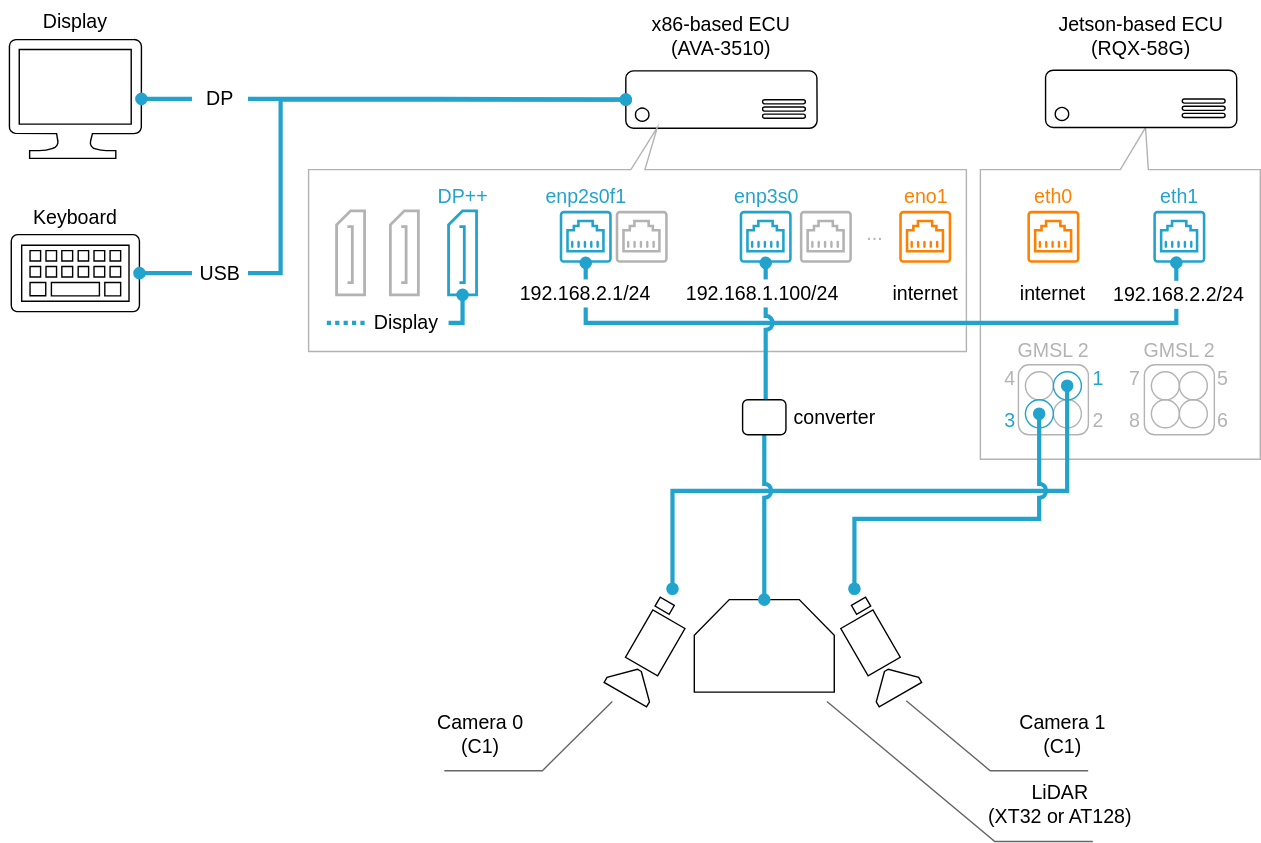
Above: docs/tutorials/figures/connection.drawio.svg in tier4/edge-auto (draw.io), before the change. Source tidied: cells renumbered, new cells last; positions are measured from the earlier drawing's top-left corner, leaving out a move shared by most shapes.
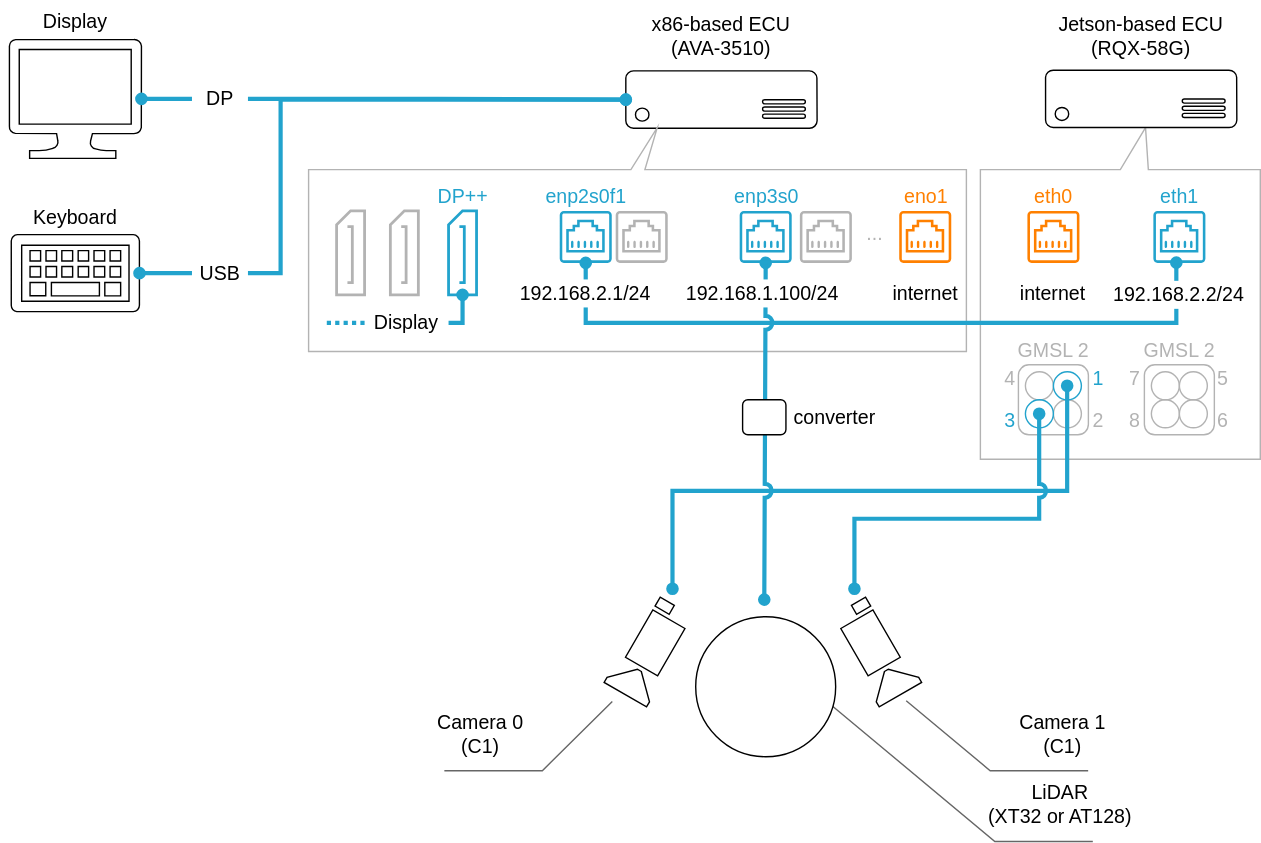
After the change.

Diff of the diagram source:
```diff
@@ -141,9 +141,6 @@
     <mxCell id="43" style="shape=callout;whiteSpace=wrap;html=1;perimeter=calloutPerimeter;fontFamily=Helvetica;fontSize=20;strokeColor=#B3B3B3;fillColor=none;position2=0.53;flipH=0;flipV=1;size=30;position=0.49;base=10;" parent="1" vertex="1">
       <mxGeometry x="220" y="90.5" width="470" height="160" as="geometry" />
     </mxCell>
-    <mxCell id="44" style="verticalLabelPosition=bottom;outlineConnect=0;align=center;dashed=0;html=1;verticalAlign=top;shape=mxgraph.pid.misc.bin;rotation=-180;" parent="1" vertex="1">
-      <mxGeometry x="495.6" y="427.8" width="100" height="66.1" as="geometry" />
-    </mxCell>
     <mxCell id="45" value="&lt;div style=&quot;text-align: center; font-size: 14px;&quot;&gt;&lt;br&gt;&lt;/div&gt;" style="strokeWidth=1;shadow=0;dashed=0;align=center;html=1;shape=mxgraph.mockup.text.callout;linkText=;textSize=17;textColor=#666666;callDir=SW;callStyle=line;fontSize=14;fontColor=#000000;align=left;verticalAlign=bottom;strokeColor=#666666;" parent="1" vertex="1">
       <mxGeometry x="317" y="500.6" width="120" height="49.5" as="geometry" />
     </mxCell>
@@ -191,8 +188,10 @@
     <mxCell id="55" style="sketch=0;shadow=0;dashed=0;html=1;strokeColor=none;fillColor=#b3b3b3;labelPosition=center;verticalLabelPosition=bottom;verticalAlign=top;align=center;shape=mxgraph.vvd.ethernet_port;rotation=-180;" parent="1" vertex="1">
       <mxGeometry x="439.4" y="150" width="37.2" height="37.2" as="geometry" />
     </mxCell>
-    <mxCell id="56" style="edgeStyle=orthogonalEdgeStyle;rounded=0;jettySize=auto;html=1;strokeColor=#22A3CD;strokeWidth=3;endArrow=oval;endFill=1;startArrow=oval;startFill=1;jumpStyle=arc;" parent="1" edge="1" source="57" target="44">
-      <mxGeometry relative="1" as="geometry" />
+    <mxCell id="56" style="edgeStyle=orthogonalEdgeStyle;rounded=0;jettySize=auto;html=1;strokeColor=#22A3CD;strokeWidth=3;endArrow=oval;endFill=1;startArrow=oval;startFill=1;jumpStyle=arc;" parent="1" edge="1" source="57">
+      <mxGeometry relative="1" as="geometry">
+        <mxPoint x="545.6" y="427.8" as="targetPoint" />
+      </mxGeometry>
     </mxCell>
     <mxCell id="57" style="sketch=0;shadow=0;dashed=0;html=1;strokeColor=none;fillColor=#22A3CD;labelPosition=center;verticalLabelPosition=bottom;verticalAlign=top;align=center;outlineConnect=0;shape=mxgraph.vvd.ethernet_port;rotation=-180;" parent="1" vertex="1">
       <mxGeometry x="528" y="150" width="37.2" height="37.2" as="geometry" />
@@ -290,5 +289,8 @@
         </Array>
       </mxGeometry>
     </mxCell>
+    <mxCell id="87" style="ellipse;whiteSpace=wrap;html=1;" parent="1" vertex="1">
+      <mxGeometry x="496.6" y="440" width="100" height="100" as="geometry" />
+    </mxCell>
   </root>
 </mxGraphModel>
```
